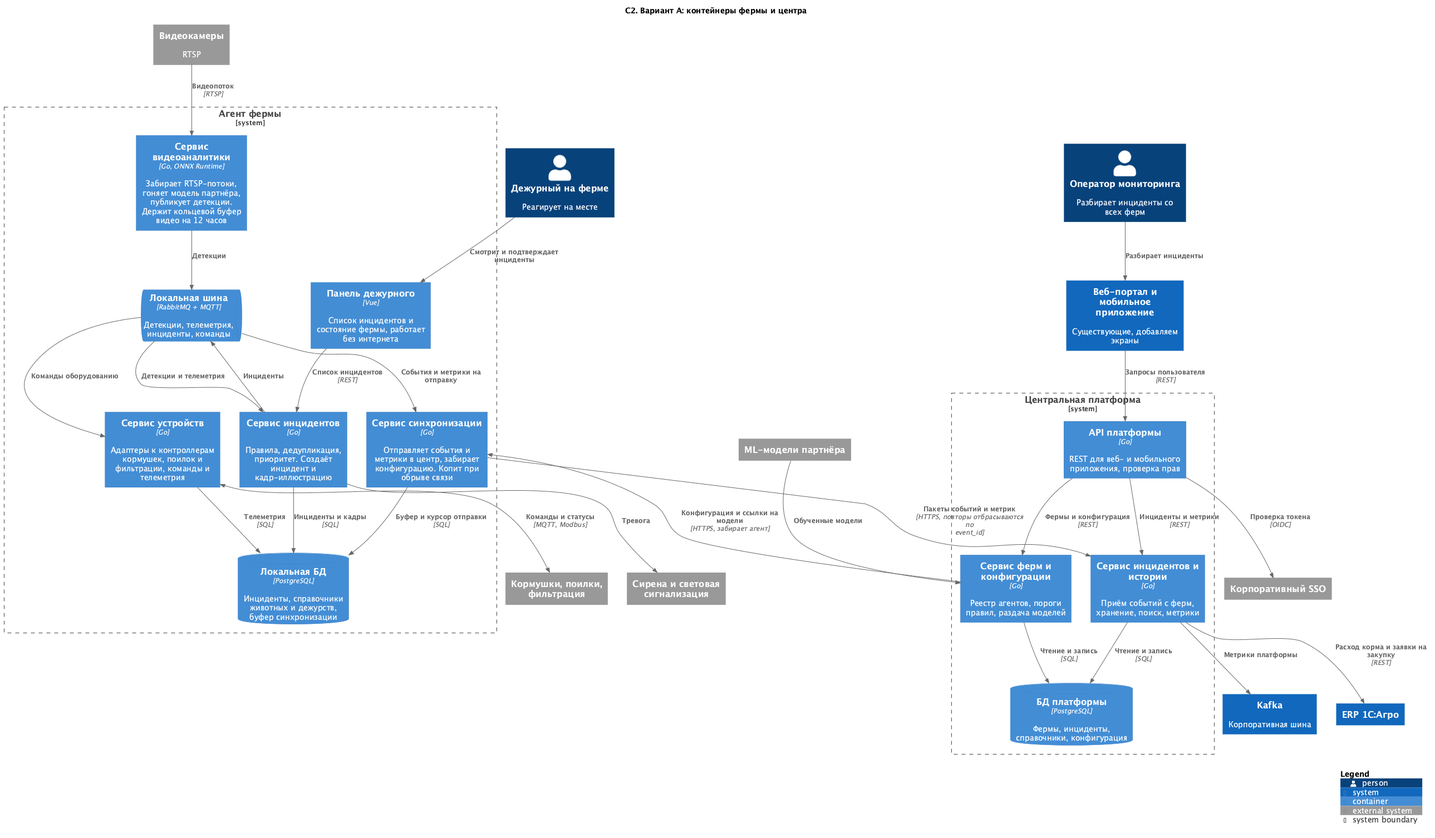
Earlier version of the PlantUML export Task2/C2-main.png (FCTL3314/MSA-AgroTech). The source it was exported from:
```plantuml
@startuml C2-main
!include <C4/C4_Container>

title C2. Вариант A: контейнеры фермы и центра

Person(duty, "Дежурный на ферме", "Реагирует на месте")
Person(operator, "Оператор мониторинга", "Разбирает инциденты со всех ферм")

System_Boundary(farm, "Агент фермы") {
  Container(video, "Сервис видеоаналитики", "Go, ONNX Runtime", "Забирает RTSP-потоки, гоняет модель партнёра, публикует детекции. Держит кольцевой буфер видео на 12 часов")
  Container(incidents, "Сервис инцидентов", "Go", "Правила, дедупликация, приоритет. Создаёт инцидент и кадр-иллюстрацию")
  Container(devices, "Сервис устройств", "Go", "Адаптеры к контроллерам кормушек, поилок и фильтрации, команды и телеметрия")
  Container(sync, "Сервис синхронизации", "Go", "Отправляет события и метрики в центр, забирает конфигурацию. Копит при обрыве связи")
  Container(panel, "Панель дежурного", "Vue", "Список инцидентов и состояние фермы, работает без интернета")
  ContainerQueue(bus, "Локальная шина", "RabbitMQ + MQTT", "Детекции, телеметрия, инциденты, команды")
  ContainerDb(farmdb, "Локальная БД", "PostgreSQL", "Инциденты, справочники животных и дежурств, буфер синхронизации")
}

System_Boundary(hq, "Центральная платформа") {
  Container(api, "API платформы", "Go", "REST для веб- и мобильного приложения, проверка прав")
  Container(fleet, "Сервис ферм и конфигурации", "Go", "Реестр агентов, пороги правил, раздача моделей")
  Container(history, "Сервис инцидентов и истории", "Go", "Приём событий с ферм, хранение, поиск, метрики")
  ContainerDb(centraldb, "БД платформы", "PostgreSQL", "Фермы, инциденты, справочники, конфигурация")
}

System_Ext(cameras, "Видеокамеры", "RTSP")
System_Ext(equipment, "Кормушки, поилки, фильтрация")
System_Ext(siren, "Сирена и световая сигнализация")
System_Ext(mlmodel, "ML-модели партнёра")
System_Ext(idp, "Корпоративный SSO")
System(apps, "Веб-портал и мобильное приложение", "Существующие, добавляем экраны")
System(kafka, "Kafka", "Корпоративная шина")
System(erp, "ERP 1С:Агро")

Rel(cameras, video, "Видеопоток", "RTSP")
Rel(video, bus, "Детекции")
Rel(bus, incidents, "Детекции и телеметрия")
Rel(incidents, bus, "Инциденты")
Rel(bus, devices, "Команды оборудованию")
BiRel(devices, equipment, "Команды и статусы", "MQTT, Modbus")
Rel(incidents, siren, "Тревога")
Rel(incidents, farmdb, "Инциденты и кадры", "SQL")
Rel(devices, farmdb, "Телеметрия", "SQL")
Rel(panel, incidents, "Список инцидентов", "REST")
Rel(duty, panel, "Смотрит и подтверждает инциденты")
Rel(bus, sync, "События и метрики на отправку")
Rel(sync, farmdb, "Буфер и курсор отправки", "SQL")

Rel(sync, history, "Пакеты событий и метрик", "HTTPS, повторы отбрасываются по event_id")
Rel(fleet, sync, "Конфигурация и ссылки на модели", "HTTPS, забирает агент")
Rel(mlmodel, fleet, "Обученные модели")
Rel(history, centraldb, "Чтение и запись", "SQL")
Rel(fleet, centraldb, "Чтение и запись", "SQL")
Rel(api, history, "Инциденты и метрики", "REST")
Rel(api, fleet, "Фермы и конфигурация", "REST")
Rel(api, idp, "Проверка токена", "OIDC")
Rel(apps, api, "Запросы пользователя", "REST")
Rel(operator, apps, "Разбирает инциденты")
Rel(history, kafka, "Метрики платформы")
Rel(history, erp, "Расход корма и заявки на закупку", "REST")

SHOW_LEGEND()
@enduml
```
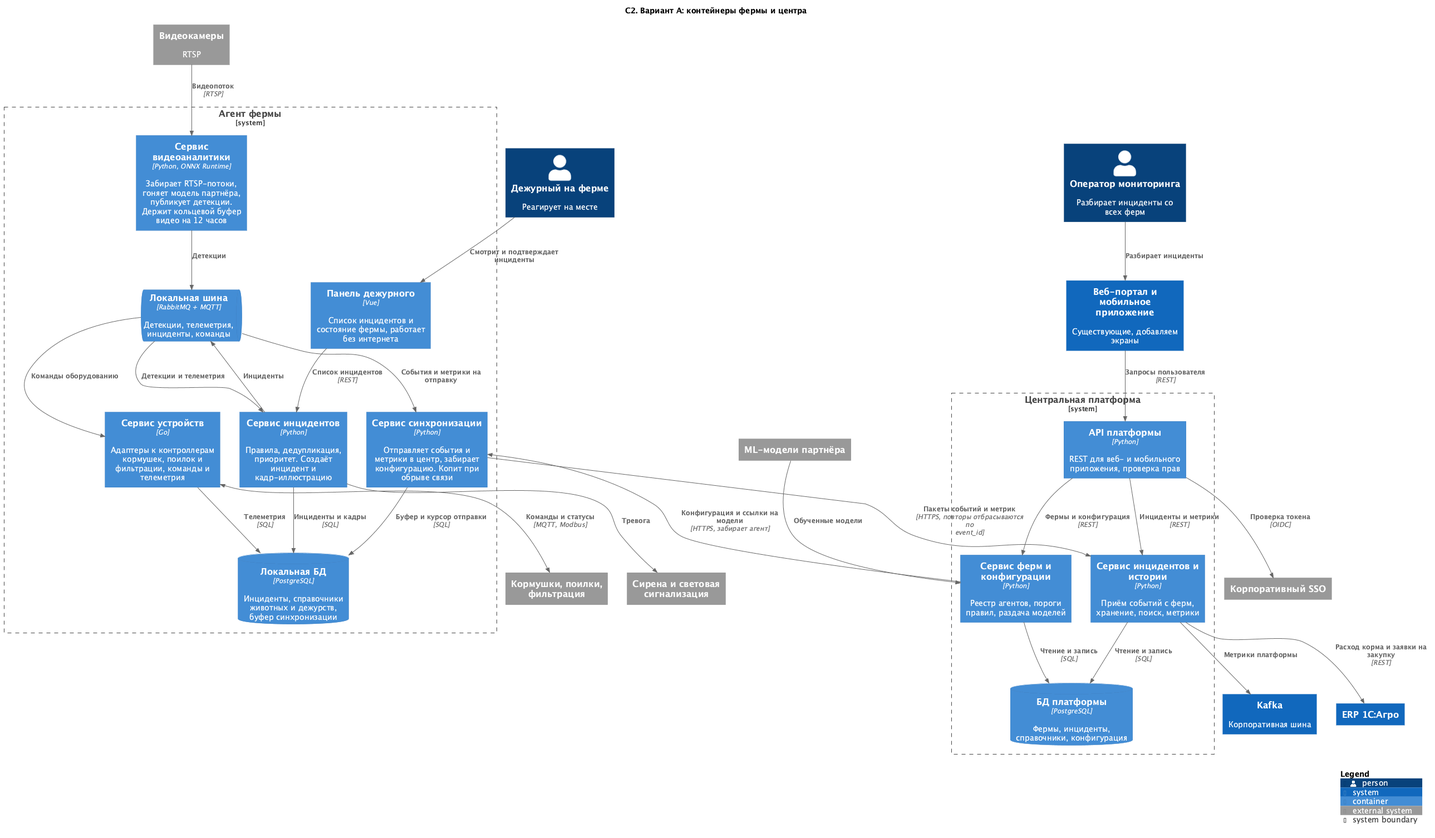
After the change.

Diff of the diagram source:
```diff
@@ -7,19 +7,19 @@
 Person(operator, "Оператор мониторинга", "Разбирает инциденты со всех ферм")
 
 System_Boundary(farm, "Агент фермы") {
-  Container(video, "Сервис видеоаналитики", "Go, ONNX Runtime", "Забирает RTSP-потоки, гоняет модель партнёра, публикует детекции. Держит кольцевой буфер видео на 12 часов")
-  Container(incidents, "Сервис инцидентов", "Go", "Правила, дедупликация, приоритет. Создаёт инцидент и кадр-иллюстрацию")
+  Container(video, "Сервис видеоаналитики", "Python, ONNX Runtime", "Забирает RTSP-потоки, гоняет модель партнёра, публикует детекции. Держит кольцевой буфер видео на 12 часов")
+  Container(incidents, "Сервис инцидентов", "Python", "Правила, дедупликация, приоритет. Создаёт инцидент и кадр-иллюстрацию")
   Container(devices, "Сервис устройств", "Go", "Адаптеры к контроллерам кормушек, поилок и фильтрации, команды и телеметрия")
-  Container(sync, "Сервис синхронизации", "Go", "Отправляет события и метрики в центр, забирает конфигурацию. Копит при обрыве связи")
+  Container(sync, "Сервис синхронизации", "Python", "Отправляет события и метрики в центр, забирает конфигурацию. Копит при обрыве связи")
   Container(panel, "Панель дежурного", "Vue", "Список инцидентов и состояние фермы, работает без интернета")
   ContainerQueue(bus, "Локальная шина", "RabbitMQ + MQTT", "Детекции, телеметрия, инциденты, команды")
   ContainerDb(farmdb, "Локальная БД", "PostgreSQL", "Инциденты, справочники животных и дежурств, буфер синхронизации")
 }
 
 System_Boundary(hq, "Центральная платформа") {
-  Container(api, "API платформы", "Go", "REST для веб- и мобильного приложения, проверка прав")
-  Container(fleet, "Сервис ферм и конфигурации", "Go", "Реестр агентов, пороги правил, раздача моделей")
-  Container(history, "Сервис инцидентов и истории", "Go", "Приём событий с ферм, хранение, поиск, метрики")
+  Container(api, "API платформы", "Python", "REST для веб- и мобильного приложения, проверка прав")
+  Container(fleet, "Сервис ферм и конфигурации", "Python", "Реестр агентов, пороги правил, раздача моделей")
+  Container(history, "Сервис инцидентов и истории", "Python", "Приём событий с ферм, хранение, поиск, метрики")
   ContainerDb(centraldb, "БД платформы", "PostgreSQL", "Фермы, инциденты, справочники, конфигурация")
 }
 
```
